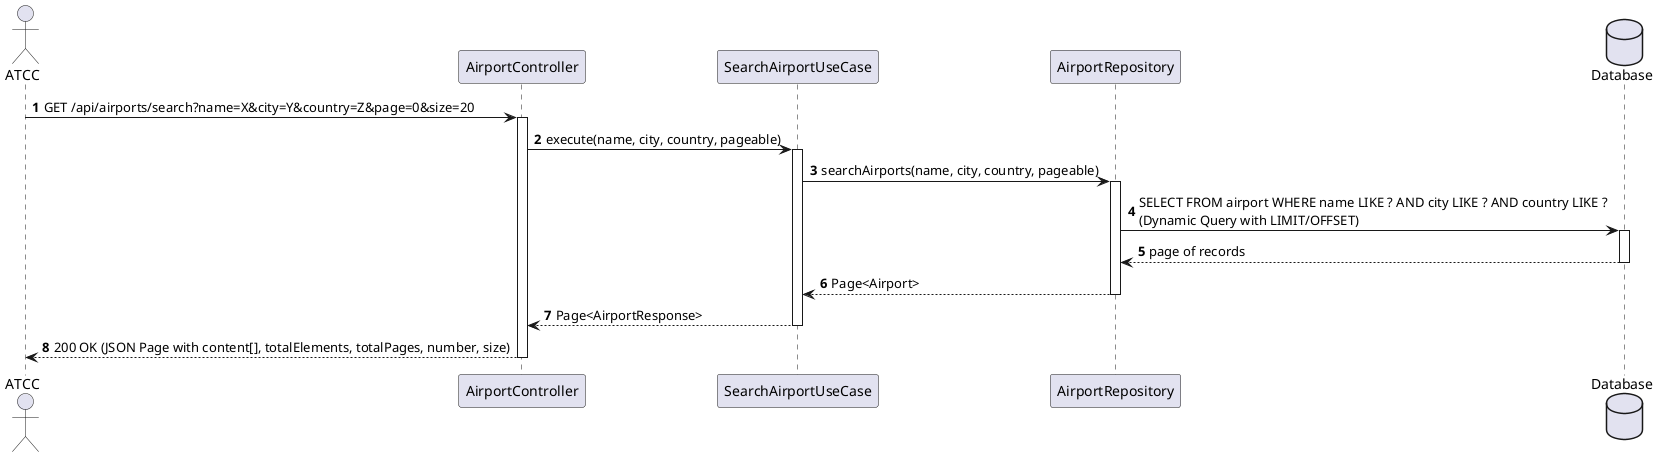
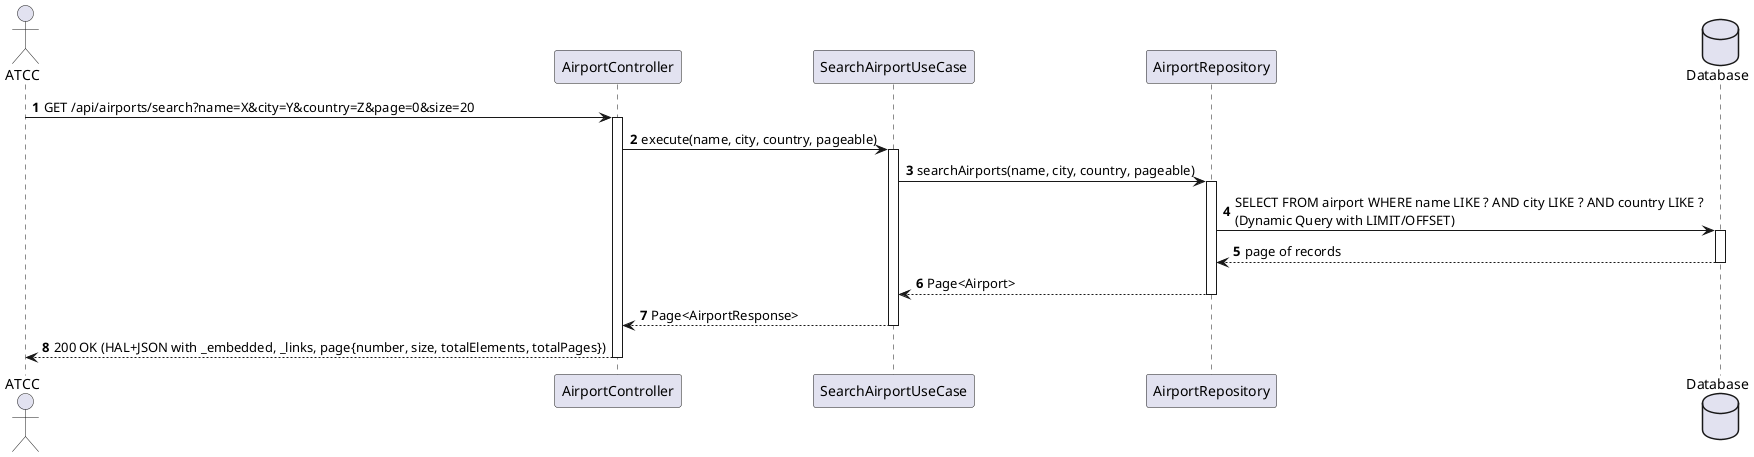
@startuml
autonumber
actor "ATCC" as ATCC
participant "AirportController" as Ctrl
participant "SearchAirportUseCase" as UC
participant "AirportRepository" as Repo
database "Database" as DB

ATCC -> Ctrl : GET /api/airports/search?name=X&city=Y&country=Z&page=0&size=20
activate Ctrl

Ctrl -> UC : execute(name, city, country, pageable)
activate UC

UC -> Repo : searchAirports(name, city, country, pageable)
activate Repo
Repo -> DB : SELECT FROM airport WHERE name LIKE ? AND city LIKE ? AND country LIKE ?\n(Dynamic Query with LIMIT/OFFSET)
activate DB
DB --> Repo : page of records
deactivate DB
Repo --> UC : Page<Airport>
deactivate Repo

UC --> Ctrl : Page<AirportResponse>
deactivate UC

- Ctrl --> ATCC : 200 OK (JSON Page with content[], totalElements, totalPages, number, size)
+ Ctrl --> ATCC : 200 OK (HAL+JSON with _embedded, _links, page{number, size, totalElements, totalPages})
deactivate Ctrl
@enduml
